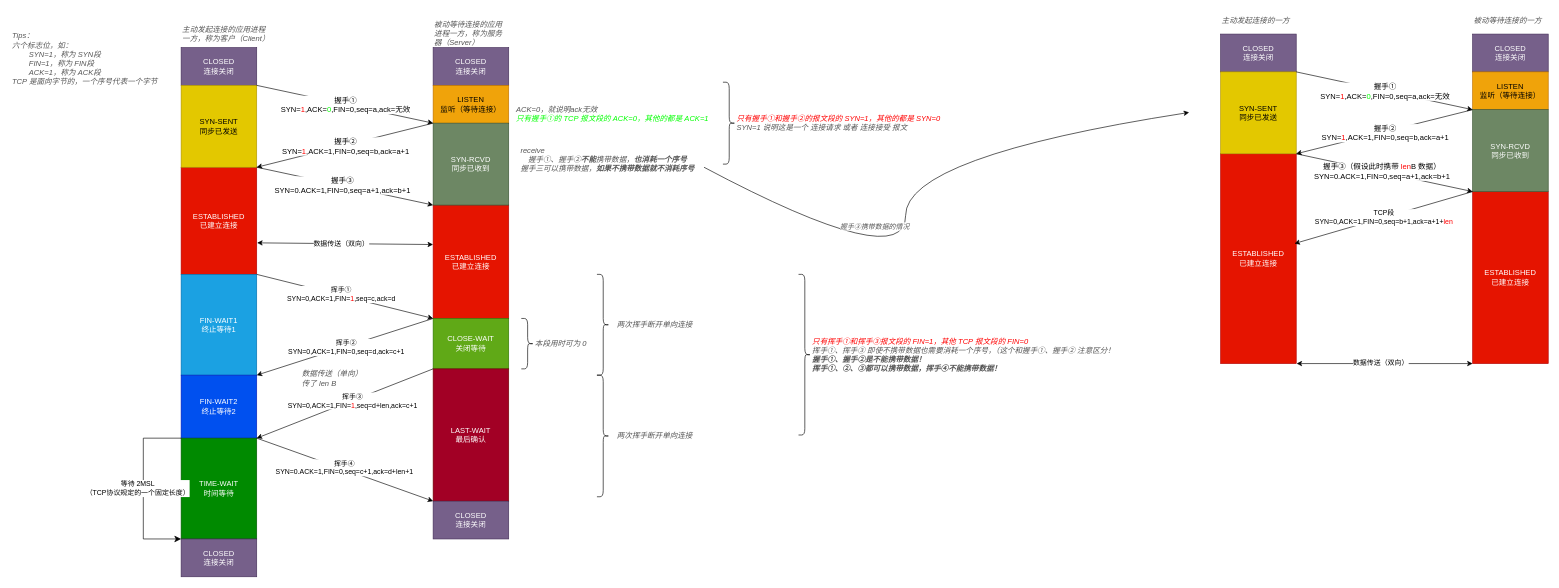
Above: cn-tcp.drawio in shepiggy/cn_tcp (draw.io), before the change. Source tidied: cells renumbered, new cells numbered last; positions are measured from the earlier drawing's top-left corner, leaving out a move shared by most shapes. Both pictures are drawn from the tidied source at 63%, with x=0, y=0 at pixel (11, 11).
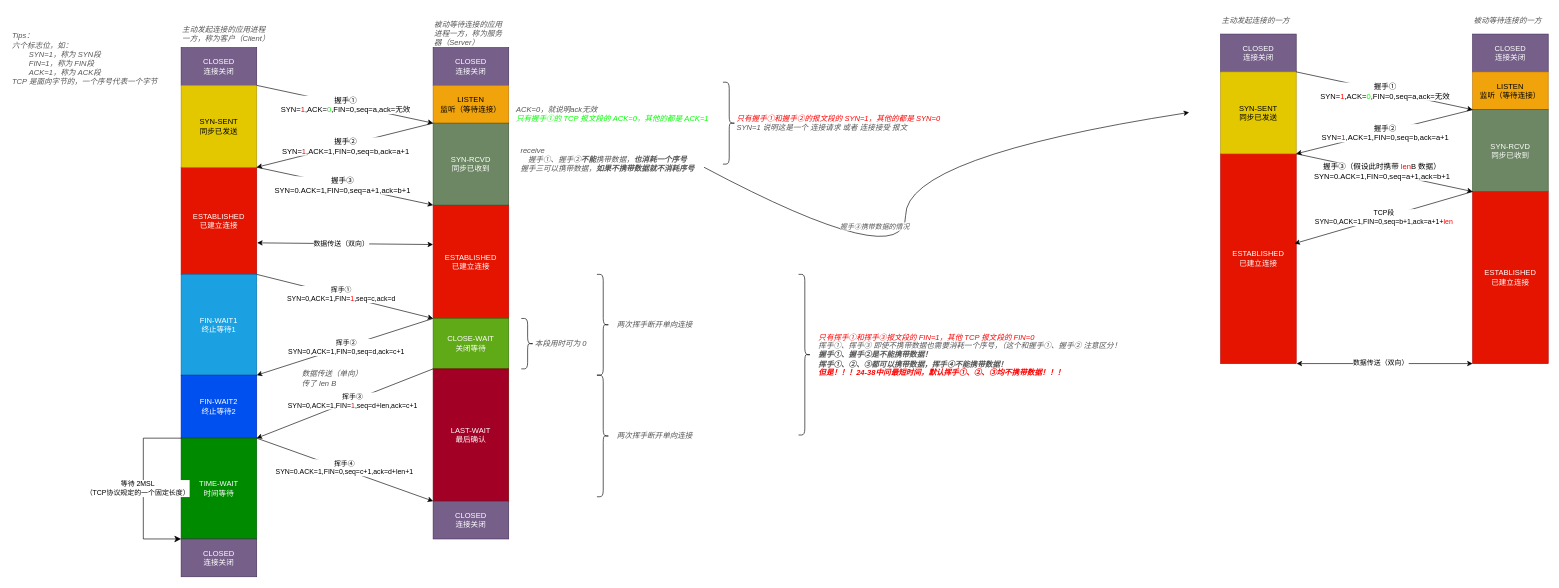
The same page after the edit.

Diff of the diagram source:
```diff
@@
-    <mxCell id="47" value="&lt;i style=&quot;color: light-dark(rgb(255, 0, 0), rgb(237, 237, 237));&quot;&gt;只有挥手①和挥手③报文段的 FIN=1，其他 TCP 报文段的 FIN=0&lt;/i&gt;&lt;div&gt;&lt;i style=&quot;color: light-dark(rgb(85, 85, 85), rgb(237, 237, 237));&quot;&gt;挥手①、挥手③ 即使不携带数据也需要消耗一个序号，（这个和握手①、握手② 注意区分！&lt;b&gt;握手①、握手②是不能携带数据！&lt;/b&gt;&lt;/i&gt;&lt;/div&gt;&lt;div&gt;&lt;font color=&quot;#555555&quot;&gt;&lt;b&gt;&lt;i&gt;挥手①、②、③都可以携带数据，挥手④不能携带数据！&lt;/i&gt;&lt;/b&gt;&lt;/font&gt;&lt;/div&gt;" style="text;html=1;whiteSpace=wrap;strokeColor=none;fillColor=none;align=left;verticalAlign=middle;rounded=0;fontFamily=Helvetica;fontSize=12;fontColor=default;gradientColor=none;" parent="1" vertex="1">
-      <mxGeometry x="1270" y="531" width="490" height="30" as="geometry" />
+    <mxCell id="47" value="&lt;i style=&quot;color: light-dark(rgb(255, 0, 0), rgb(237, 237, 237));&quot;&gt;只有挥手①和挥手③报文段的 FIN=1，其他 TCP 报文段的 FIN=0&lt;/i&gt;&lt;div&gt;&lt;i style=&quot;color: light-dark(rgb(85, 85, 85), rgb(237, 237, 237));&quot;&gt;挥手①、挥手③ 即使不携带数据也需要消耗一个序号，（这个和握手①、握手② 注意区分！&lt;b&gt;握手①、握手②是不能携带数据！&lt;/b&gt;&lt;/i&gt;&lt;/div&gt;&lt;div&gt;&lt;font color=&quot;#555555&quot;&gt;&lt;b&gt;&lt;i&gt;挥手①、②、③都可以携带数据，挥手④不能携带数据！&lt;/i&gt;&lt;/b&gt;&lt;/font&gt;&lt;/div&gt;&lt;div&gt;&lt;b&gt;&lt;i style=&quot;color: light-dark(rgb(255, 0, 0), rgb(237, 237, 237));&quot;&gt;但是！！！24-38中问最短时间，默认挥手①、②、③均不携带数据！！！&lt;/i&gt;&lt;/b&gt;&lt;/div&gt;" style="text;html=1;whiteSpace=wrap;strokeColor=none;fillColor=none;align=left;verticalAlign=middle;rounded=0;fontFamily=Helvetica;fontSize=12;fontColor=default;gradientColor=none;" parent="1" vertex="1">
+      <mxGeometry x="1280" y="530.5" width="490" height="30" as="geometry" />
     </mxCell>
```
